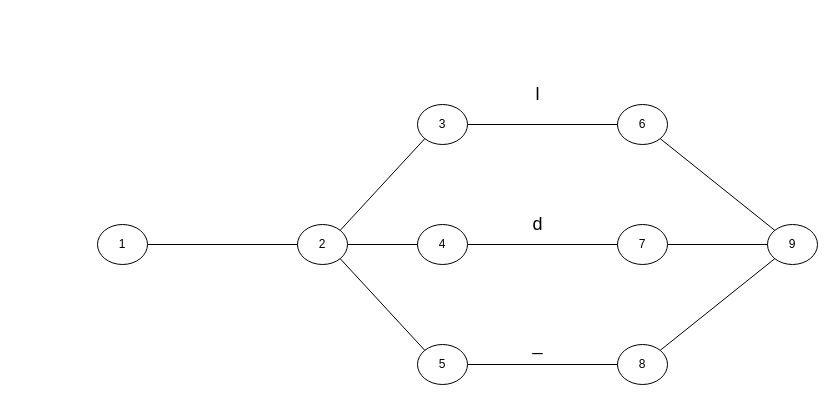
This is Identifier fsm.drawio from RJFlames/CPSC323-Assignment1, a draw.io file, before an edit. Source tidied: cells renumbered, new cells numbered last; positions are measured from the earlier drawing's top-left corner, leaving out a move shared by most shapes. Both pictures are drawn from the tidied source at 100%, with x=0, y=0 at pixel (97, 84).
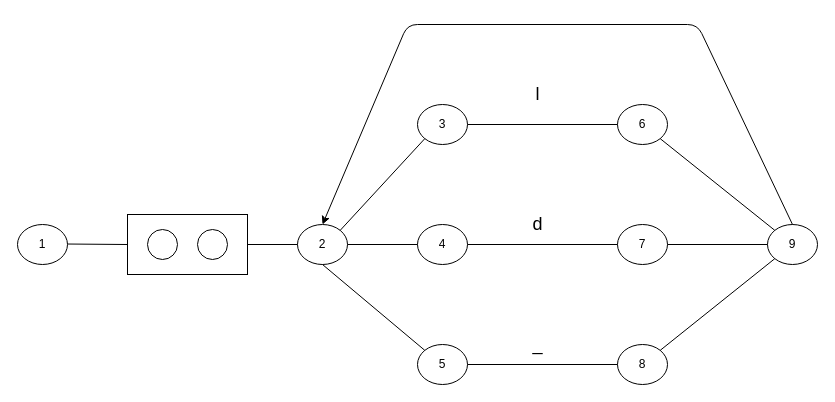
Above is the later version.

The change refers to these unchanged cells:
```xml
<mxCell id="2" value="2" style="ellipse;whiteSpace=wrap;html=1;" parent="1" vertex="1">
  <mxGeometry x="200" y="140" width="50" height="40" as="geometry" />
</mxCell>
<mxCell id="4" value="5" style="ellipse;whiteSpace=wrap;html=1;" parent="1" vertex="1">
  <mxGeometry x="320" y="260" width="50" height="40" as="geometry" />
</mxCell>
<mxCell id="20" value="9" style="ellipse;whiteSpace=wrap;html=1;" parent="1" vertex="1">
  <mxGeometry x="670" y="140" width="50" height="40" as="geometry" />
</mxCell>
```

The edit, as a diff of the source:
```diff
@@
     <mxCell id="7" value="1" style="ellipse;whiteSpace=wrap;html=1;" parent="1" vertex="1">
-      <mxGeometry y="140" width="50" height="40" as="geometry" />
+      <mxGeometry x="-80" y="140" width="50" height="40" as="geometry" />
     </mxCell>
@@
-    <mxCell id="13" style="endArrow=none;html=1;exitX=1;exitY=0.5;exitDx=0;exitDy=0;entryX=0;entryY=0.5;entryDx=0;entryDy=0;" parent="1" edge="1" source="7" target="2">
+    <mxCell id="13" style="endArrow=none;html=1;entryX=0;entryY=0.5;entryDx=0;entryDy=0;exitX=1;exitY=0.5;exitDx=0;exitDy=0;" parent="1" edge="1" source="24" target="2">
       <mxGeometry relative="1" as="geometry" />
     </mxCell>
@@
-    <mxCell id="15" style="endArrow=none;html=1;exitX=1;exitY=1;exitDx=0;exitDy=0;entryX=0;entryY=0;entryDx=0;entryDy=0;" parent="1" edge="1" source="2" target="4">
+    <mxCell id="15" style="endArrow=none;html=1;exitX=0.5;exitY=1;exitDx=0;exitDy=0;entryX=0;entryY=0;entryDx=0;entryDy=0;" parent="1" edge="1" source="2" target="4">
       <mxGeometry relative="1" as="geometry" />
     </mxCell>
@@
+    <mxCell id="24" style="rounded=0;whiteSpace=wrap;html=1;" parent="1" vertex="1">
+      <mxGeometry x="30" y="130" width="120" height="60" as="geometry" />
+    </mxCell>
+    <mxCell id="25" style="ellipse;whiteSpace=wrap;html=1;" parent="1" vertex="1">
+      <mxGeometry x="100" y="145" width="30" height="30" as="geometry" />
+    </mxCell>
+    <mxCell id="26" style="ellipse;whiteSpace=wrap;html=1;" parent="1" vertex="1">
+      <mxGeometry x="50" y="145" width="30" height="30" as="geometry" />
+    </mxCell>
+    <mxCell id="27" style="endArrow=classic;html=1;entryX=0.5;entryY=0;entryDx=0;entryDy=0;exitX=0.5;exitY=0;exitDx=0;exitDy=0;" parent="1" edge="1" source="20" target="2">
+      <mxGeometry relative="1" as="geometry">
+        <Array as="points">
+          <mxPoint x="600" y="-60" />
+          <mxPoint x="310" y="-60" />
+        </Array>
+      </mxGeometry>
+    </mxCell>
+    <mxCell id="28" style="endArrow=none;html=1;entryX=0;entryY=0.5;entryDx=0;entryDy=0;exitX=1;exitY=0.488;exitDx=0;exitDy=0;exitPerimeter=0;" parent="1" edge="1" source="7" target="24">
+      <mxGeometry relative="1" as="geometry" />
+    </mxCell>
```
